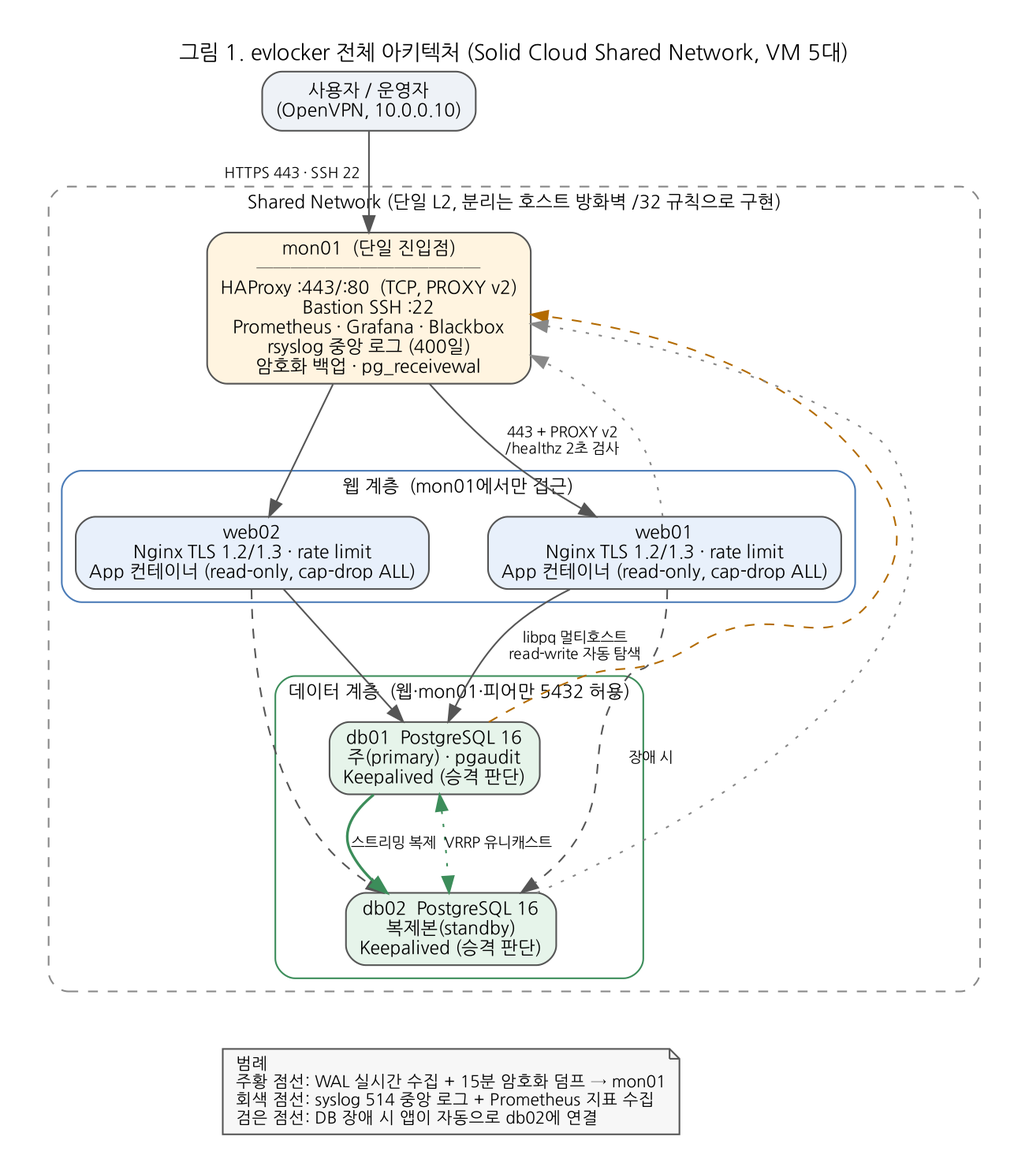
pieon29/evlocker keeps this Graphviz diagram as docs/img/architecture.png. Above is the earlier version. Its source is kept beside it as docs/diagrams/architecture.dot. The source it was exported from:
```dot
digraph G {
  graph [rankdir=TB, fontname="NanumGothic", fontsize=13, nodesep=0.5, ranksep=0.7, labelloc=t, label="그림 1. evlocker 전체 아키텍처 (Solid Cloud Shared Network, VM 5대)", bgcolor="white", pad=0.3];
  node [fontname="NanumGothic", fontsize=11, shape=box, style="rounded,filled", fillcolor="#ffffff", color="#555555"];
  edge [fontname="NanumGothic", fontsize=9, color="#555555"];

  user [label="사용자 / 운영자\n(OpenVPN, 10.0.0.10)", shape=box, fillcolor="#eef2f7"];

  subgraph cluster_net {
    label="Shared Network (단일 L2, 분리는 호스트 방화벽 /32 규칙으로 구현)"; style="rounded,dashed"; color="#888888"; fontsize=11;

    mon [label="mon01  (단일 진입점)\n─────────────\nHAProxy :443/:80  (TCP, PROXY v2)\nBastion SSH :22\nPrometheus · Grafana · Blackbox\nrsyslog 중앙 로그 (400일)\n암호화 백업 · pg_receivewal", fillcolor="#fff4e0"];

    subgraph cluster_web {
      label="웹 계층  (mon01에서만 접근)"; style="rounded"; color="#4a7bb7";
      web1 [label="web01\nNginx TLS 1.2/1.3 · rate limit\nApp 컨테이너 (read-only, cap-drop ALL)", fillcolor="#e8f0fb"];
      web2 [label="web02\nNginx TLS 1.2/1.3 · rate limit\nApp 컨테이너 (read-only, cap-drop ALL)", fillcolor="#e8f0fb"];
    }

    subgraph cluster_db {
      label="데이터 계층  (웹·mon01·피어만 5432 허용)"; style="rounded"; color="#3c8d5a";
      db1 [label="db01  PostgreSQL 16\n주(primary) · pgaudit\nKeepalived (승격 판단)", fillcolor="#e6f4ea"];
      db2 [label="db02  PostgreSQL 16\n복제본(standby)\nKeepalived (승격 판단)", fillcolor="#e6f4ea"];
    }
  }

  user -> mon [xlabel="HTTPS 443 · SSH 22  "];
  mon -> web1 [label="443 + PROXY v2\n/healthz 2초 검사"];
  mon -> web2;
  web1 -> db1 [label="libpq 멀티호스트\nread-write 자동 탐색"];
  web2 -> db1;
  web1 -> db2 [style=dashed, label="장애 시"];
  web2 -> db2 [style=dashed];
  db1 -> db2 [label="스트리밍 복제", color="#3c8d5a", penwidth=1.6];
  db1 -> mon [style=dashed, color="#b36b00", constraint=false];
  web1 -> mon [style=dotted, color="#888888", constraint=false];
  db2 -> mon [style=dotted, color="#888888", constraint=false];
  db1 -> db2 [label="VRRP 유니캐스트", style=dotted, dir=both, color="#3c8d5a"];

  legend [shape=note, fontsize=10, fillcolor="#f7f7f7", label="범례\l주황 점선: WAL 실시간 수집 + 15분 암호화 덤프 → mon01\l회색 점선: syslog 514 중앙 로그 + Prometheus 지표 수집\l검은 점선: DB 장애 시 앱이 자동으로 db02에 연결\l"];
  db2 -> legend [style=invis];
}
```
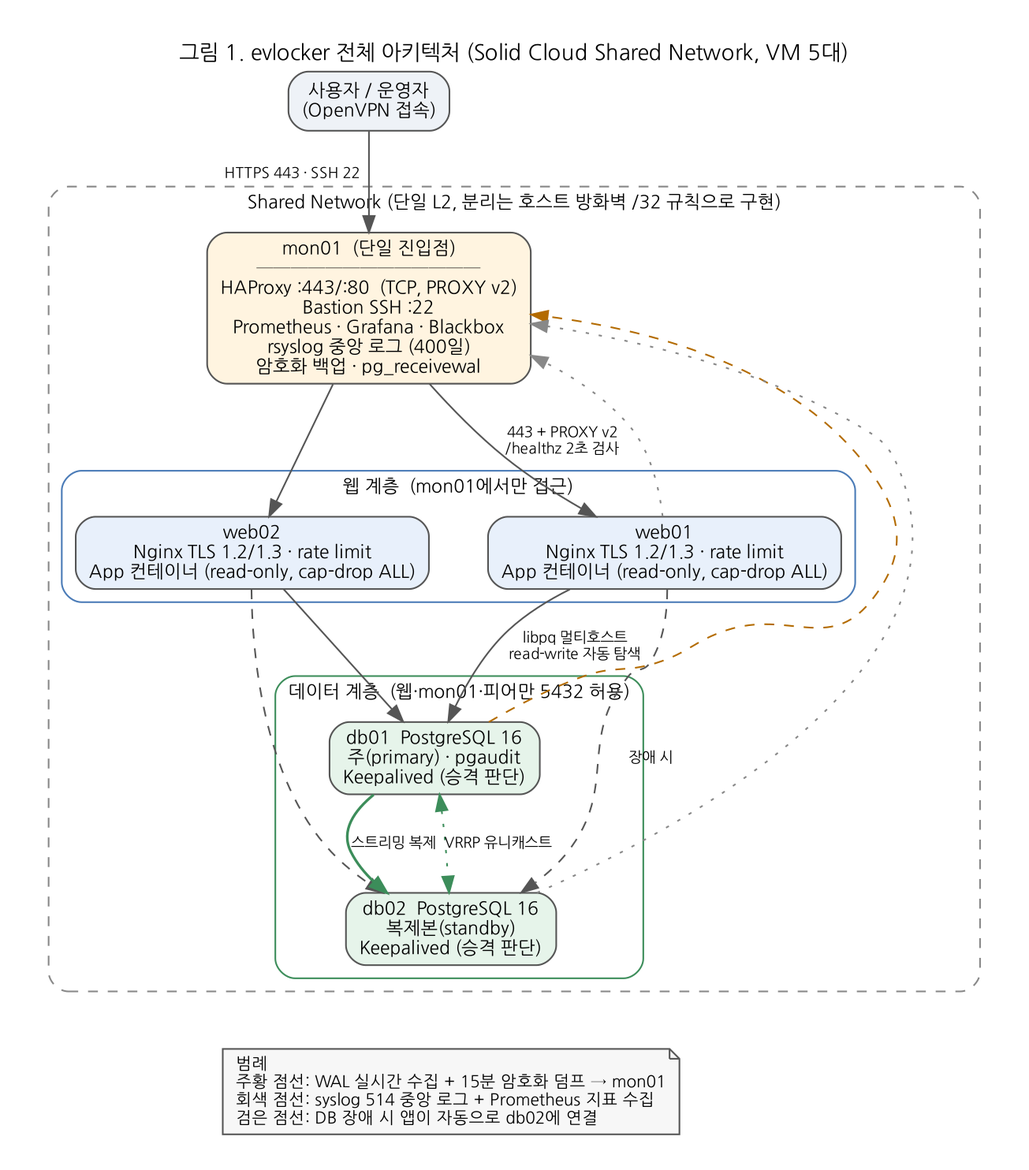
Later version of the same file.

Change to the diagram source:
```diff
@@ -3,7 +3,7 @@
   node [fontname="NanumGothic", fontsize=11, shape=box, style="rounded,filled", fillcolor="#ffffff", color="#555555"];
   edge [fontname="NanumGothic", fontsize=9, color="#555555"];
 
-  user [label="사용자 / 운영자\n(OpenVPN, 10.0.0.10)", shape=box, fillcolor="#eef2f7"];
+  user [label="사용자 / 운영자\n(OpenVPN 접속)", shape=box, fillcolor="#eef2f7"];
 
   subgraph cluster_net {
     label="Shared Network (단일 L2, 분리는 호스트 방화벽 /32 규칙으로 구현)"; style="rounded,dashed"; color="#888888"; fontsize=11;
```
